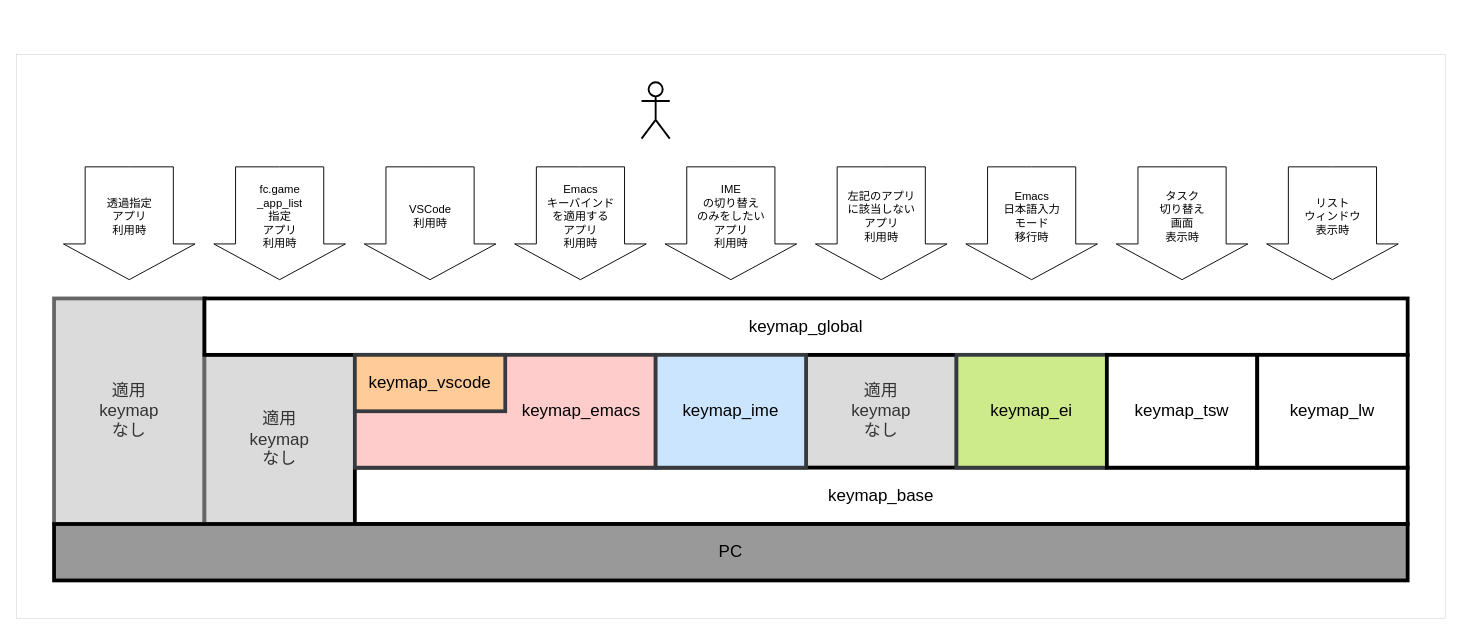
smzht/fakeymacs keeps this draw.io diagram as fakeymacs_manuals/keymap_layer.drawio. Above is the earlier version. Source tidied: cells renumbered, new cells numbered last; positions are measured from the earlier drawing's top-left corner, leaving out a move shared by most shapes. Both pictures are drawn from the tidied source at 94%, with x=0, y=0 at pixel (16, 54).
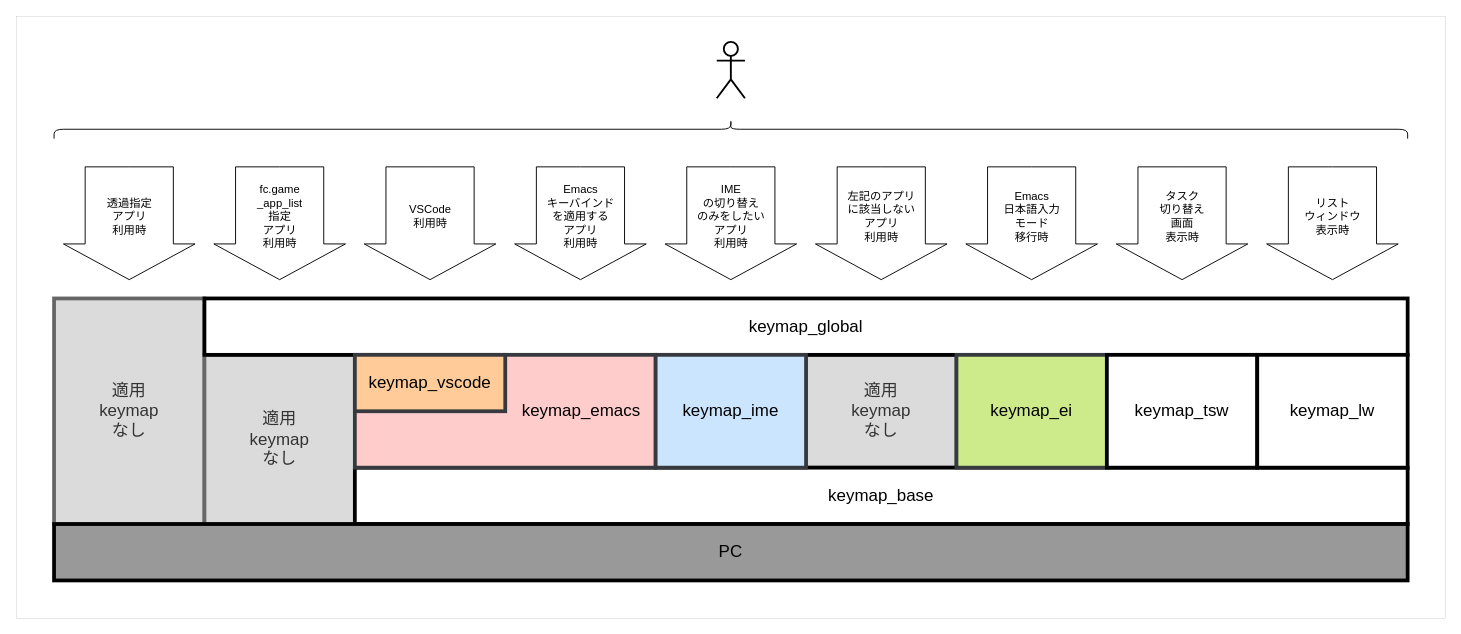
The same diagram, later.

Commit message (it also covers changes not shown here):
レイヤー図の見直し

Diff of the diagram source:
```diff
@@
     <mxCell id="2" style="rounded=0;whiteSpace=wrap;html=1;strokeWidth=0;" parent="1" vertex="1">
-      <mxGeometry width="1520" height="600" as="geometry" />
+      <mxGeometry y="-40" width="1520" height="640" as="geometry" />
     </mxCell>
@@
-    <mxCell id="23" style="shape=umlActor;verticalLabelPosition=bottom;verticalAlign=top;html=1;strokeWidth=2;" parent="1" vertex="1">
-      <mxGeometry x="665" y="30" width="30" height="60" as="geometry" />
-    </mxCell>
@@
+    <mxCell id="25" style="shape=umlActor;verticalLabelPosition=bottom;verticalAlign=top;html=1;strokeWidth=2;" parent="1" vertex="1">
+      <mxGeometry x="745" y="-13" width="30" height="60" as="geometry" />
+    </mxCell>
+    <mxCell id="26" style="shape=curlyBracket;whiteSpace=wrap;html=1;rounded=1;flipH=1;labelPosition=right;verticalLabelPosition=middle;align=left;verticalAlign=middle;rotation=-90;" parent="1" vertex="1">
+      <mxGeometry x="750" y="-640" width="20" height="1440" as="geometry" />
+    </mxCell>
```
